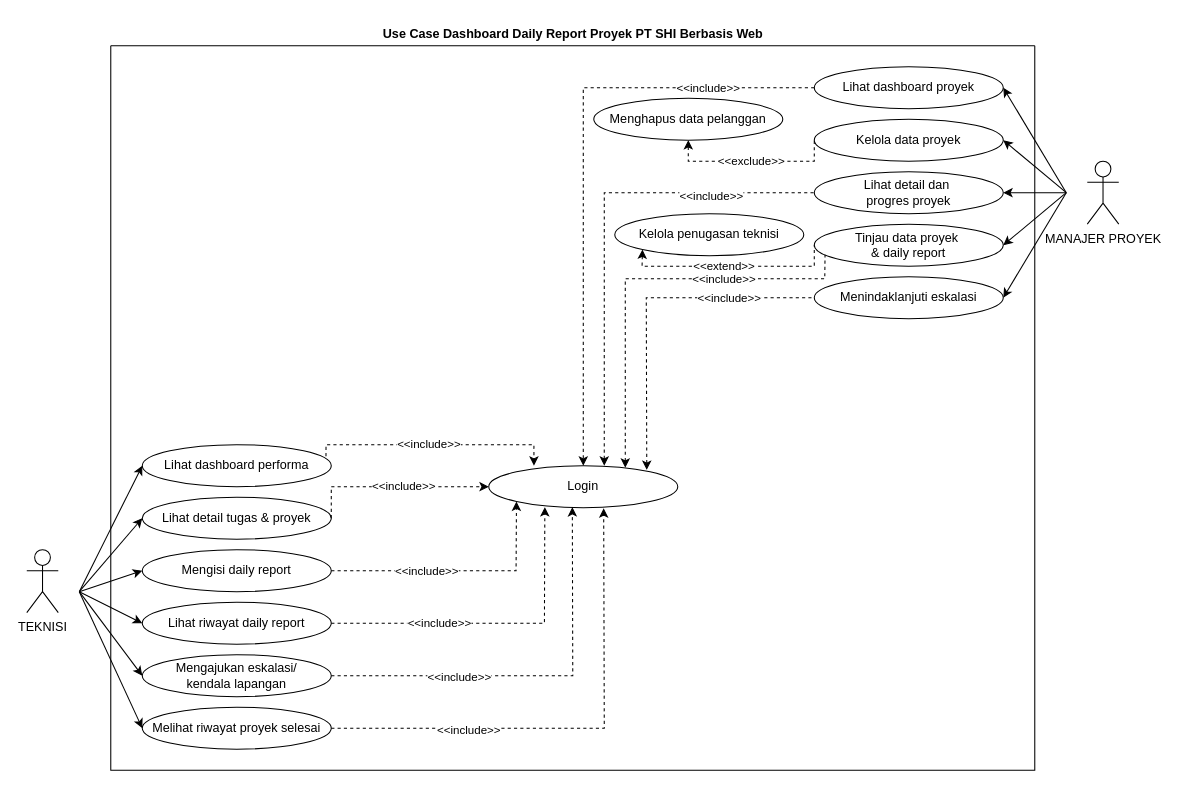
Before: diagram/good/Use Case/use case ta.drawio in evelleura/shi-dashboard, a draw.io diagram. Source tidied: cells renumbered, new cells numbered last; positions are measured from the earlier drawing's top-left corner, leaving out a move shared by most shapes. Both pictures are drawn from the tidied source at 105%, with x=0, y=0 at pixel (26, 18).
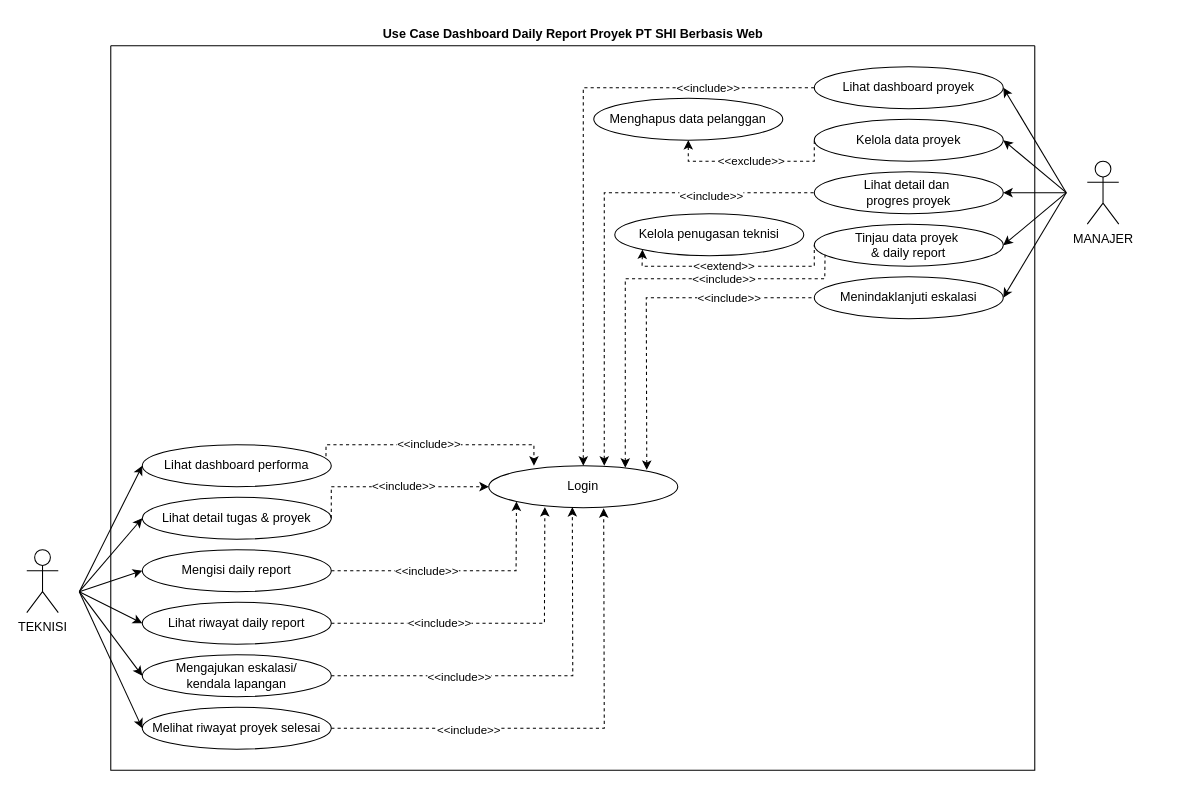
The same diagram, later.

What changed in the source:
```diff
@@
-    <mxCell id="4" value="MANAJER PROYEK" style="shape=umlActor;verticalLabelPosition=bottom;verticalAlign=top;html=1;" parent="1" vertex="1">
+    <mxCell id="4" value="MANAJER" style="shape=umlActor;verticalLabelPosition=bottom;verticalAlign=top;html=1;" parent="1" vertex="1">
       <mxGeometry x="1010" y="136" width="30" height="60" as="geometry" />
     </mxCell>
```
